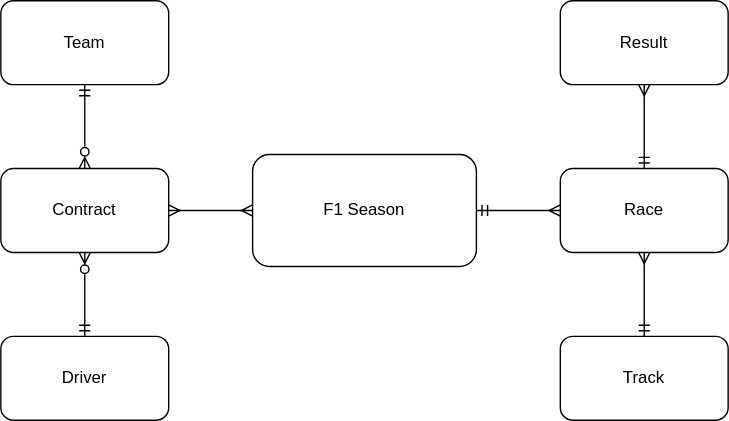
Earlier version of the draw.io export Blok 7 + 8/4. Entity Relationship Diagram (ERD)/ERD/ERD.svg (RicardoFroeliger/DaVinci-Year-2). Source tidied: cells renumbered, new cells last; positions are measured from the earlier drawing's top-left corner, leaving out a move shared by most shapes.
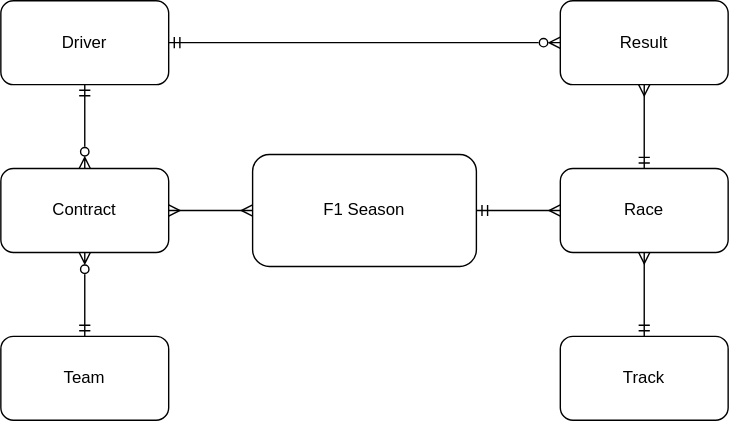
After the change.

Change to the diagram source:
```diff
@@ -21,16 +21,16 @@
       <mxGeometry y="120" width="120" height="60" as="geometry" />
     </mxCell>
     <mxCell id="8" value="Driver" style="rounded=1;whiteSpace=wrap;html=1;" parent="1" vertex="1">
-      <mxGeometry y="240" width="120" height="60" as="geometry" />
+      <mxGeometry width="120" height="60" as="geometry" />
     </mxCell>
-    <mxCell id="9" style="endArrow=ERmandOne;html=1;rounded=0;strokeWidth=1;entryX=0.5;entryY=0;entryDx=0;entryDy=0;exitX=0.5;exitY=1;exitDx=0;exitDy=0;endFill=0;startArrow=ERzeroToMany;startFill=0;" parent="1" edge="1" source="7" target="8">
+    <mxCell id="9" style="endArrow=ERmandOne;html=1;rounded=0;strokeWidth=1;endFill=0;startArrow=ERzeroToMany;startFill=0;" parent="1" edge="1" source="7" target="8">
       <mxGeometry relative="1" as="geometry" />
     </mxCell>
-    <mxCell id="10" style="endArrow=ERmandOne;html=1;rounded=0;strokeWidth=1;endFill=0;exitX=0.5;exitY=0;exitDx=0;exitDy=0;startArrow=ERzeroToMany;startFill=0;" parent="1" edge="1" source="7" target="11">
+    <mxCell id="10" style="endArrow=ERmandOne;html=1;rounded=0;strokeWidth=1;endFill=0;startArrow=ERzeroToMany;startFill=0;" parent="1" edge="1" source="7" target="11">
       <mxGeometry relative="1" as="geometry" />
     </mxCell>
     <mxCell id="11" value="Team" style="rounded=1;whiteSpace=wrap;html=1;" parent="1" vertex="1">
-      <mxGeometry width="120" height="60" as="geometry" />
+      <mxGeometry y="240" width="120" height="60" as="geometry" />
     </mxCell>
     <mxCell id="12" style="endArrow=ERmandOne;html=1;rounded=0;strokeWidth=1;exitX=0.5;exitY=1;exitDx=0;exitDy=0;entryX=0.5;entryY=0;entryDx=0;entryDy=0;endFill=0;startArrow=ERmany;startFill=0;" parent="1" edge="1" source="4" target="5">
       <mxGeometry relative="1" as="geometry" />
@@ -41,5 +41,8 @@
     <mxCell id="14" style="endArrow=ERmany;html=1;rounded=0;strokeWidth=1;exitX=0.5;exitY=0;exitDx=0;exitDy=0;entryX=0.5;entryY=1;entryDx=0;entryDy=0;endFill=0;startArrow=ERmandOne;startFill=0;" parent="1" edge="1" source="4" target="13">
       <mxGeometry relative="1" as="geometry" />
     </mxCell>
+    <mxCell id="15" style="endArrow=ERzeroToMany;html=1;rounded=0;endFill=0;startArrow=ERmandOne;startFill=0;" parent="1" edge="1" source="8" target="13">
+      <mxGeometry relative="1" as="geometry" />
+    </mxCell>
   </root>
 </mxGraphModel>
```
